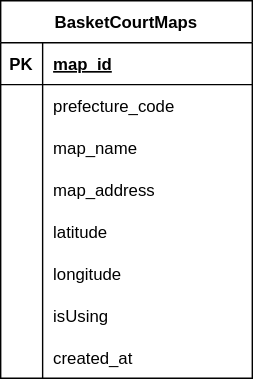
Earlier version of the draw.io export src/app/_design/db.drawio.svg (yamaneko86/basket-court-map-ts). Source tidied: cells renumbered, new cells last; positions are measured from the earlier drawing's top-left corner, leaving out a move shared by most shapes.
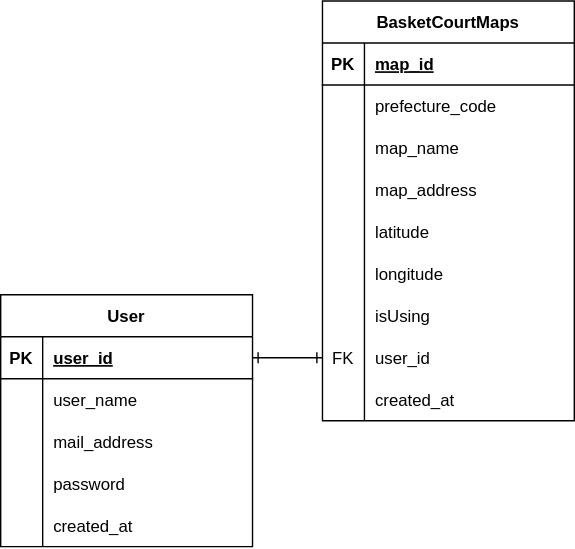
Later version of the same file.

Commit message:
Userテーブルを追加

The edit, as a diff of the source:
```diff
@@ -3,7 +3,7 @@
     <mxCell id="0" />
     <mxCell id="1" parent="0" />
     <mxCell id="2" value="BasketCourtMaps" style="shape=table;startSize=30;rowLines=0;fontStyle=1;align=center;" parent="1" vertex="1">
-      <mxGeometry width="180" height="270" as="geometry" />
+      <mxGeometry width="180" height="300" as="geometry" />
     </mxCell>
     <mxCell id="3" style="shape=tableRow;horizontal=0;startSize=0;swimlaneHead=0;swimlaneBody=0;fillColor=none;top=0;left=0;right=0;bottom=1;" parent="2" vertex="1">
       <mxGeometry y="30" width="180" height="30" as="geometry" />
@@ -68,8 +68,17 @@
     <mxCell id="23" value="isUsing" style="shape=partialRectangle;fillColor=none;top=0;left=0;bottom=0;right=0;align=left;spacingLeft=6;overflow=hidden;" parent="21" vertex="1">
       <mxGeometry x="30" width="150" height="30" as="geometry" />
     </mxCell>
+    <mxCell id="27" style="shape=tableRow;horizontal=0;startSize=0;swimlaneHead=0;swimlaneBody=0;fillColor=none;points=[[0,0.5],[1,0.5]];portConstraint=eastwest;top=0;left=0;right=0;bottom=0;" parent="2" vertex="1">
+      <mxGeometry y="240" width="180" height="30" as="geometry" />
+    </mxCell>
+    <mxCell id="28" value="FK" style="shape=partialRectangle;fillColor=none;top=0;left=0;bottom=0;right=0;overflow=hidden;" parent="27" vertex="1">
+      <mxGeometry width="30" height="30" as="geometry" />
+    </mxCell>
+    <mxCell id="29" value="user_id" style="shape=partialRectangle;fillColor=none;top=0;left=0;bottom=0;right=0;align=left;spacingLeft=6;overflow=hidden;" parent="27" vertex="1">
+      <mxGeometry x="30" width="150" height="30" as="geometry" />
+    </mxCell>
     <mxCell id="24" style="shape=tableRow;horizontal=0;startSize=0;swimlaneHead=0;swimlaneBody=0;fillColor=none;top=0;left=0;right=0;bottom=0;" parent="2" vertex="1">
-      <mxGeometry y="240" width="180" height="30" as="geometry" />
+      <mxGeometry y="270" width="180" height="30" as="geometry" />
     </mxCell>
     <mxCell id="25" style="shape=partialRectangle;fillColor=none;top=0;left=0;bottom=0;right=0;overflow=hidden;" parent="24" vertex="1">
       <mxGeometry width="30" height="30" as="geometry" />
@@ -77,5 +86,56 @@
     <mxCell id="26" value="created_at" style="shape=partialRectangle;fillColor=none;top=0;left=0;bottom=0;right=0;align=left;spacingLeft=6;overflow=hidden;" parent="24" vertex="1">
       <mxGeometry x="30" width="150" height="30" as="geometry" />
     </mxCell>
+    <mxCell id="30" value="User" style="shape=table;startSize=30;rowLines=0;fontStyle=1;align=center;" parent="1" vertex="1">
+      <mxGeometry x="-230" y="210" width="180" height="180" as="geometry" />
+    </mxCell>
+    <mxCell id="31" style="shape=tableRow;horizontal=0;startSize=0;swimlaneHead=0;swimlaneBody=0;fillColor=none;points=[[0,0.5],[1,0.5]];portConstraint=eastwest;top=0;left=0;right=0;bottom=1;" parent="30" vertex="1">
+      <mxGeometry y="30" width="180" height="30" as="geometry" />
+    </mxCell>
+    <mxCell id="32" value="PK" style="shape=partialRectangle;fillColor=none;top=0;left=0;bottom=0;right=0;fontStyle=1;overflow=hidden;" parent="31" vertex="1">
+      <mxGeometry width="30" height="30" as="geometry" />
+    </mxCell>
+    <mxCell id="33" value="user_id" style="shape=partialRectangle;fillColor=none;top=0;left=0;bottom=0;right=0;align=left;spacingLeft=6;fontStyle=5;overflow=hidden;" parent="31" vertex="1">
+      <mxGeometry x="30" width="150" height="30" as="geometry" />
+    </mxCell>
+    <mxCell id="34" style="shape=tableRow;horizontal=0;startSize=0;swimlaneHead=0;swimlaneBody=0;fillColor=none;top=0;left=0;right=0;bottom=0;" parent="30" vertex="1">
+      <mxGeometry y="60" width="180" height="30" as="geometry" />
+    </mxCell>
+    <mxCell id="35" style="shape=partialRectangle;fillColor=none;top=0;left=0;bottom=0;right=0;overflow=hidden;" parent="34" vertex="1">
+      <mxGeometry width="30" height="30" as="geometry" />
+    </mxCell>
+    <mxCell id="36" value="user_name" style="shape=partialRectangle;fillColor=none;top=0;left=0;bottom=0;right=0;align=left;spacingLeft=6;overflow=hidden;" parent="34" vertex="1">
+      <mxGeometry x="30" width="150" height="30" as="geometry" />
+    </mxCell>
+    <mxCell id="37" style="shape=tableRow;horizontal=0;startSize=0;swimlaneHead=0;swimlaneBody=0;fillColor=none;top=0;left=0;right=0;bottom=0;" parent="30" vertex="1">
+      <mxGeometry y="90" width="180" height="30" as="geometry" />
+    </mxCell>
+    <mxCell id="38" style="shape=partialRectangle;fillColor=none;top=0;left=0;bottom=0;right=0;overflow=hidden;" parent="37" vertex="1">
+      <mxGeometry width="30" height="30" as="geometry" />
+    </mxCell>
+    <mxCell id="39" value="mail_address" style="shape=partialRectangle;fillColor=none;top=0;left=0;bottom=0;right=0;align=left;spacingLeft=6;overflow=hidden;" parent="37" vertex="1">
+      <mxGeometry x="30" width="150" height="30" as="geometry" />
+    </mxCell>
+    <mxCell id="40" style="shape=tableRow;horizontal=0;startSize=0;swimlaneHead=0;swimlaneBody=0;fillColor=none;top=0;left=0;right=0;bottom=0;" parent="30" vertex="1">
+      <mxGeometry y="120" width="180" height="30" as="geometry" />
+    </mxCell>
+    <mxCell id="41" style="shape=partialRectangle;fillColor=none;top=0;left=0;bottom=0;right=0;overflow=hidden;" parent="40" vertex="1">
+      <mxGeometry width="30" height="30" as="geometry" />
+    </mxCell>
+    <mxCell id="42" value="password" style="shape=partialRectangle;fillColor=none;top=0;left=0;bottom=0;right=0;align=left;spacingLeft=6;overflow=hidden;" parent="40" vertex="1">
+      <mxGeometry x="30" width="150" height="30" as="geometry" />
+    </mxCell>
+    <mxCell id="43" style="shape=tableRow;horizontal=0;startSize=0;swimlaneHead=0;swimlaneBody=0;fillColor=none;top=0;left=0;right=0;bottom=0;" parent="30" vertex="1">
+      <mxGeometry y="150" width="180" height="30" as="geometry" />
+    </mxCell>
+    <mxCell id="44" style="shape=partialRectangle;fillColor=none;top=0;left=0;bottom=0;right=0;overflow=hidden;" parent="43" vertex="1">
+      <mxGeometry width="30" height="30" as="geometry" />
+    </mxCell>
+    <mxCell id="45" value="created_at" style="shape=partialRectangle;fillColor=none;top=0;left=0;bottom=0;right=0;align=left;spacingLeft=6;overflow=hidden;" parent="43" vertex="1">
+      <mxGeometry x="30" width="150" height="30" as="geometry" />
+    </mxCell>
+    <mxCell id="46" style="edgeStyle=none;html=1;exitX=1;exitY=0.5;exitDx=0;exitDy=0;entryX=0;entryY=0.5;entryDx=0;entryDy=0;rounded=1;startFill=0;endArrow=ERone;endFill=0;startArrow=ERone;" parent="1" edge="1" source="31" target="27">
+      <mxGeometry relative="1" as="geometry" />
+    </mxCell>
   </root>
 </mxGraphModel>
```
